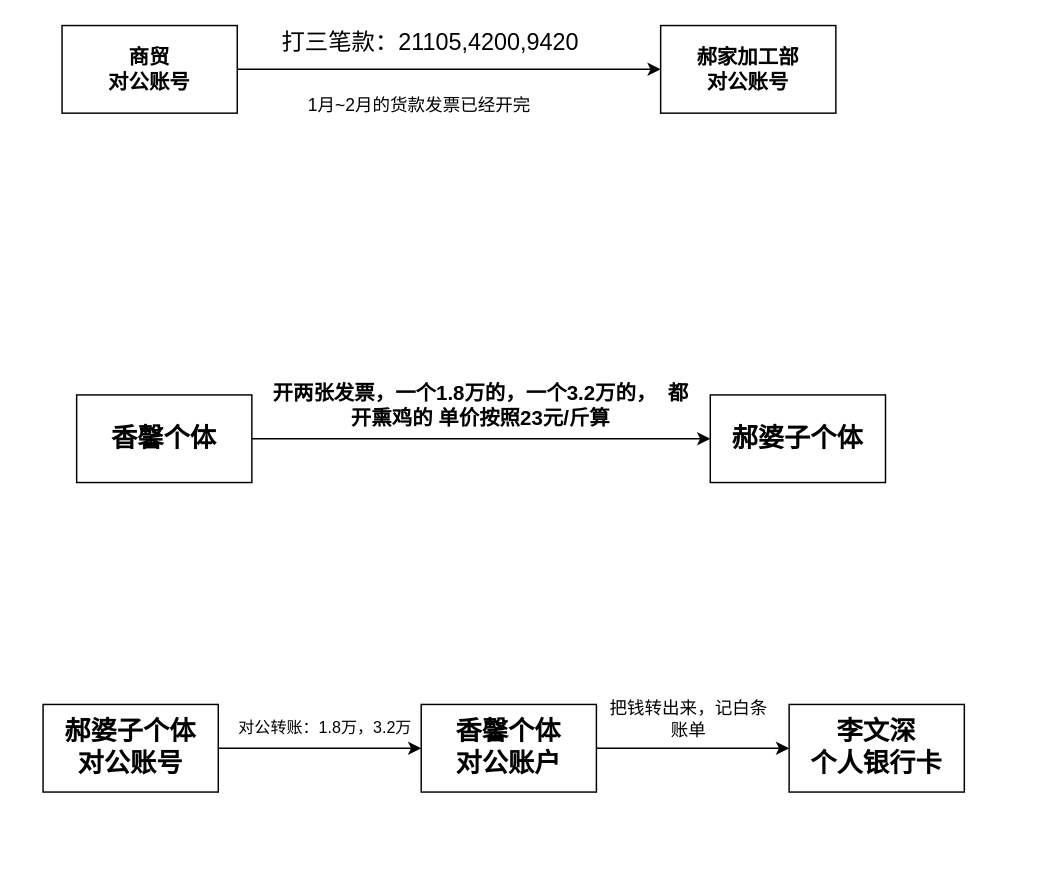
jtzjtz/draw-io keeps this draw.io diagram as 打款说明.drawio. Above is the earlier version. Source tidied: cells renumbered, new cells numbered last; positions are measured from the earlier drawing's top-left corner, leaving out a move shared by most shapes. Both pictures are drawn from the tidied source at 146%, with x=0, y=0 at pixel (42, 25).
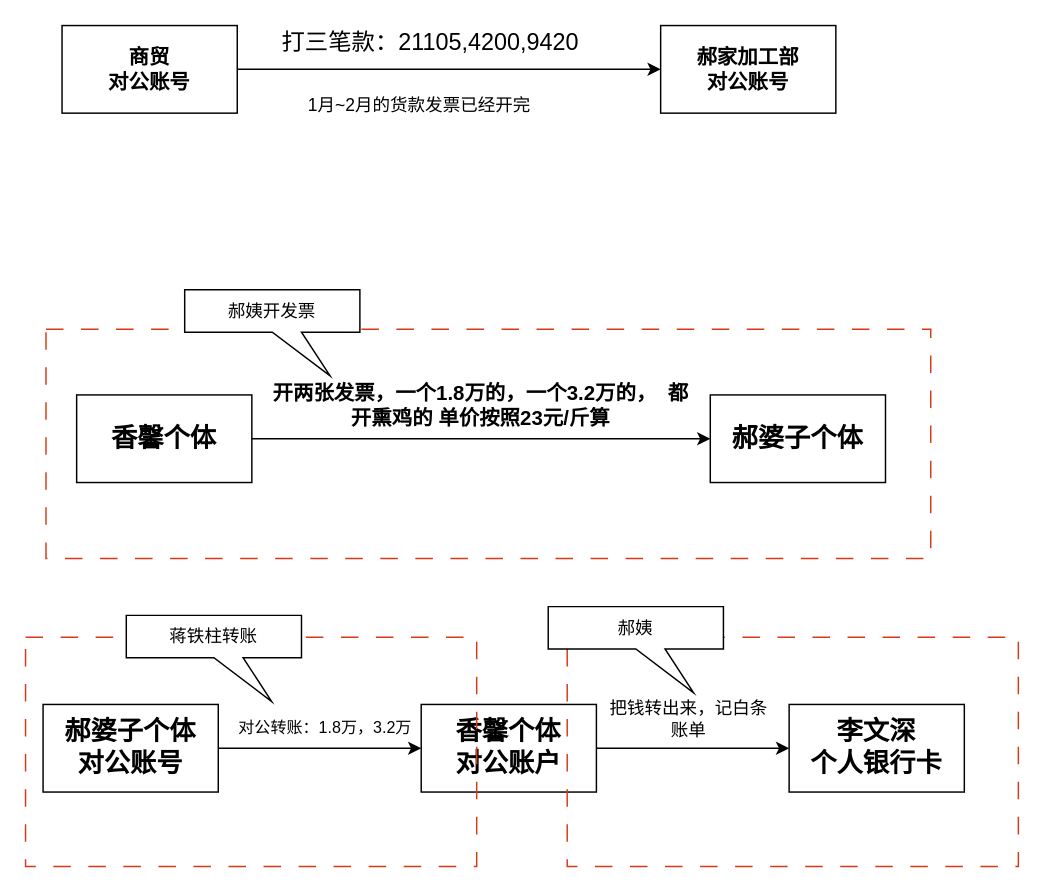
After the change.

Commit message (it also covers changes not shown here):
更新打款说明.drawio

What changed in the source:
```diff
@@
+    <mxCell id="18" style="rounded=0;whiteSpace=wrap;html=1;dashed=1;dashPattern=12 12;fillColor=none;strokeColor=#D73A16;" parent="1" vertex="1">
+      <mxGeometry x="2" y="208" width="606" height="157" as="geometry" />
+    </mxCell>
+    <mxCell id="19" style="rounded=0;whiteSpace=wrap;html=1;dashed=1;dashPattern=12 12;fillColor=none;strokeColor=#D73A16;" parent="1" vertex="1">
+      <mxGeometry x="359" y="419" width="309" height="157" as="geometry" />
+    </mxCell>
+    <mxCell id="20" style="rounded=0;whiteSpace=wrap;html=1;dashed=1;dashPattern=12 12;fillColor=none;strokeColor=#D73A16;" parent="1" vertex="1">
+      <mxGeometry x="-12" y="419" width="309" height="157" as="geometry" />
+    </mxCell>
+    <mxCell id="21" value="蒋铁柱转账" style="shape=callout;whiteSpace=wrap;html=1;perimeter=calloutPerimeter;position2=0.83;" parent="1" vertex="1">
+      <mxGeometry x="57" y="404" width="120" height="59" as="geometry" />
+    </mxCell>
+    <mxCell id="22" value="郝姨" style="shape=callout;whiteSpace=wrap;html=1;perimeter=calloutPerimeter;position2=0.83;" parent="1" vertex="1">
+      <mxGeometry x="346" y="398" width="120" height="59" as="geometry" />
+    </mxCell>
+    <mxCell id="23" value="郝姨开发票" style="shape=callout;whiteSpace=wrap;html=1;perimeter=calloutPerimeter;position2=0.83;" parent="1" vertex="1">
+      <mxGeometry x="97" y="181" width="120" height="59" as="geometry" />
+    </mxCell>
```
